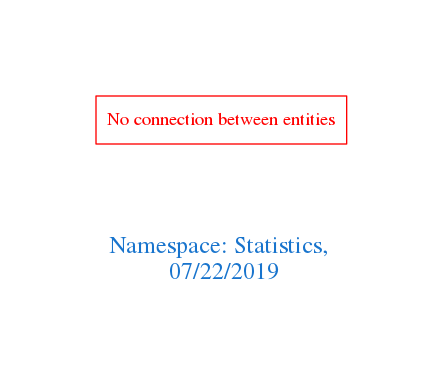
This is downloads/Statistics.png from arago/OGIT, a Graphviz export, as it was before one commit. Its source is kept beside it as downloads/Statistics.dot.
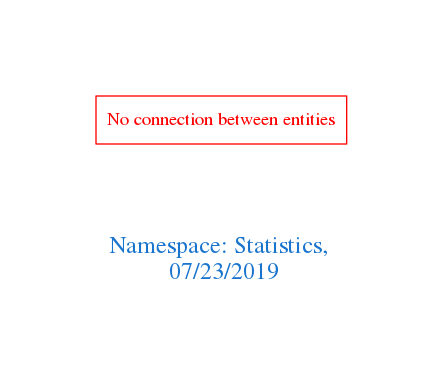
The same file after the commit.

The edit, as a diff of the source:
```diff
@@ -1,7 +1,7 @@
 digraph OGIT_ontology {
  graph [ rankdir= LR,pad=1
 fontsize = 18,
-fontcolor= dodgerblue3,label = "\n\n\nNamespace: Statistics, \n 07/22/2019"];
+fontcolor= dodgerblue3,label = "\n\n\nNamespace: Statistics, \n 07/23/2019"];
 node[shape=polygon];
 edge [  color="gray81"];
 
```
